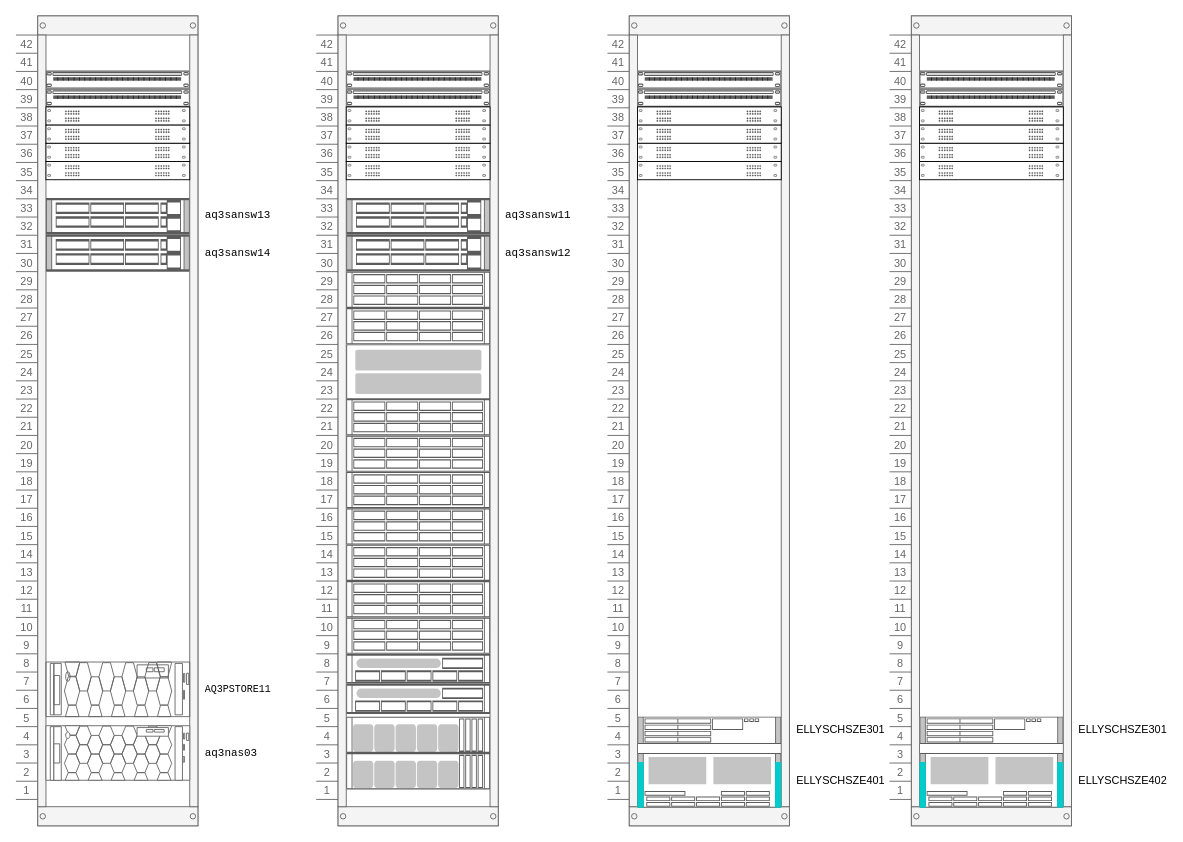
Before: storage.drawio in riku7032/draw, a draw.io diagram. Source tidied: cells renumbered, new cells numbered last; positions are measured from the earlier drawing's top-left corner, leaving out a move shared by most shapes. Both pictures are drawn from the tidied source at 91%, with x=0, y=0 at pixel (15, 15).
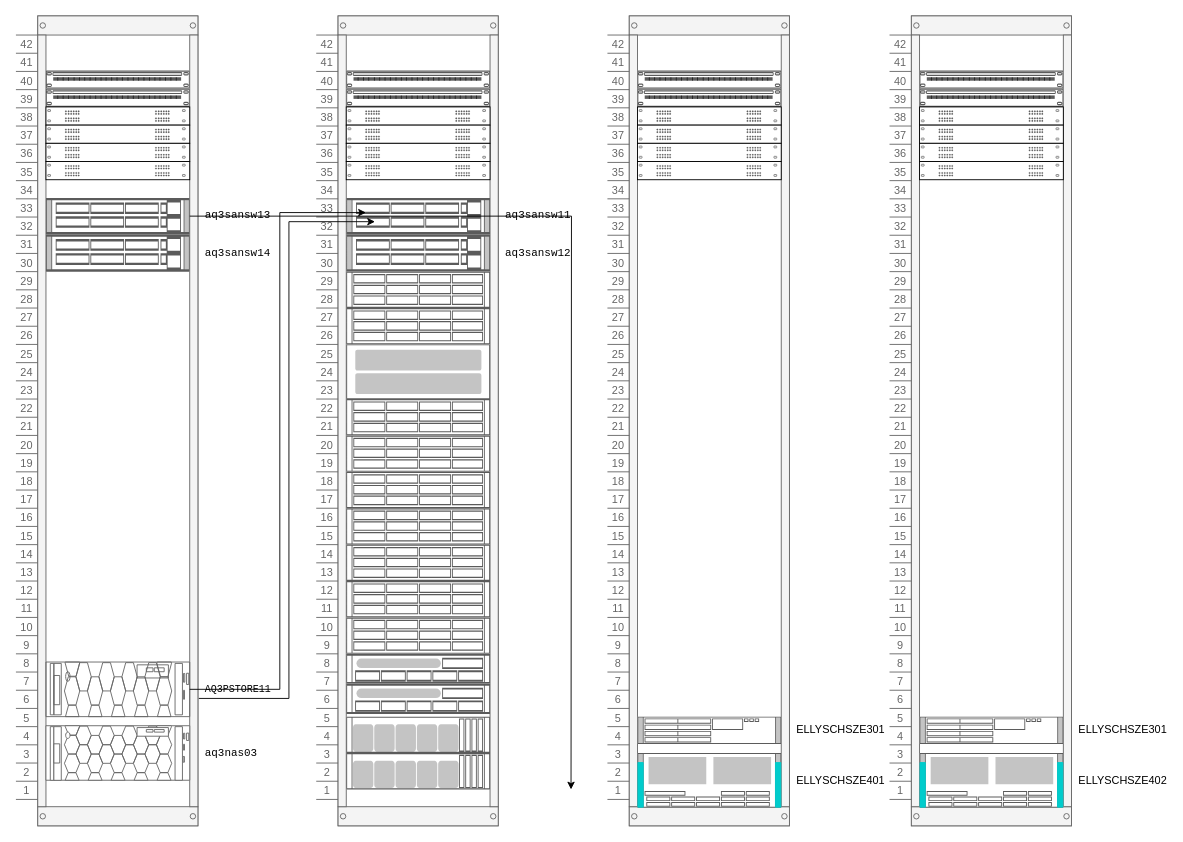
After the change.

The change refers to these unchanged cells:
```xml
<mxCell id="333" value="aq3sansw13" style="shape=mxgraph.rack.cisco.cisco_catalyst_4948_10_gigabit_ethernet_switch;html=1;labelPosition=right;align=left;spacingLeft=15;dashed=0;shadow=0;fillColor=#ffffff;fontFamily=Courier New;" parent="2" vertex="1">
  <mxGeometry x="33" y="200" width="158" height="40" as="geometry" />
</mxCell>
<mxCell id="335" value="&lt;font style=&quot;font-size: 11px&quot;&gt;AQ3PSTORE11&lt;/font&gt;" style="strokeColor=#666666;html=1;labelPosition=right;align=left;spacingLeft=15;shadow=0;dashed=0;outlineConnect=0;shape=mxgraph.rack.dell.poweredge_r7515;rounded=0;fontFamily=Courier New;fontSize=2;fillColor=none;" parent="2" vertex="1">
  <mxGeometry x="33" y="710" width="158" height="60" as="geometry" />
</mxCell>
<mxCell id="668" value="aq3sansw11" style="shape=mxgraph.rack.cisco.cisco_catalyst_4948_10_gigabit_ethernet_switch;html=1;labelPosition=right;align=left;spacingLeft=15;dashed=0;shadow=0;fillColor=#ffffff;fontFamily=Courier New;" parent="337" vertex="1">
  <mxGeometry x="33" y="200" width="158" height="40" as="geometry" />
</mxCell>
```

The edit, as a diff of the source:
```diff
@@
+    <mxCell id="1350" style="edgeStyle=orthogonalEdgeStyle;rounded=0;jettySize=auto;html=1;entryX=0.137;entryY=0.403;entryDx=0;entryDy=0;entryPerimeter=0;" parent="1" edge="1" source="335" target="668">
+      <mxGeometry relative="1" as="geometry">
+        <Array as="points">
+          <mxPoint x="290" y="740" />
+          <mxPoint x="290" y="216" />
+        </Array>
+      </mxGeometry>
+    </mxCell>
+    <mxCell id="1351" style="edgeStyle=orthogonalEdgeStyle;rounded=0;orthogonalLoop=1;jettySize=auto;html=1;entryX=0.137;entryY=0.403;entryDx=0;entryDy=0;entryPerimeter=0;" parent="1" edge="1">
+      <mxGeometry relative="1" as="geometry">
+        <mxPoint x="201" y="750" as="sourcePoint" />
+        <mxPoint x="394.6" y="226.1" as="targetPoint" />
+        <Array as="points">
+          <mxPoint x="300" y="750" />
+          <mxPoint x="300" y="226" />
+        </Array>
+      </mxGeometry>
+    </mxCell>
+    <mxCell id="1352" style="edgeStyle=orthogonalEdgeStyle;rounded=0;jettySize=auto;html=1;" parent="1" edge="1" source="333">
+      <mxGeometry relative="1" as="geometry">
+        <mxPoint x="610" y="850" as="targetPoint" />
+      </mxGeometry>
+    </mxCell>
```
